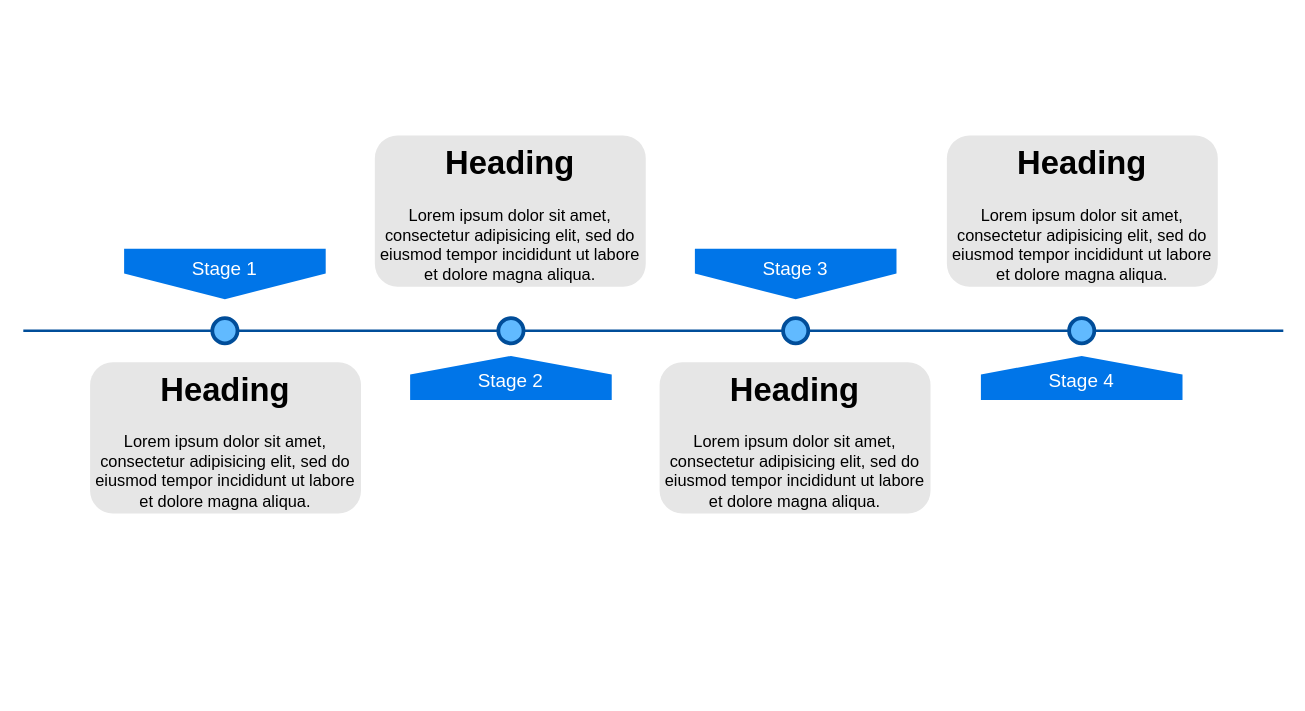
Above: Untitled Diagram.drawio in cargo-dme/product (draw.io), before the change. Source tidied: cells renumbered, new cells numbered last; positions are measured from the earlier drawing's top-left corner, leaving out a move shared by most shapes. Both pictures are drawn from the tidied source at 126%, with x=0, y=0 at pixel (23, 135).
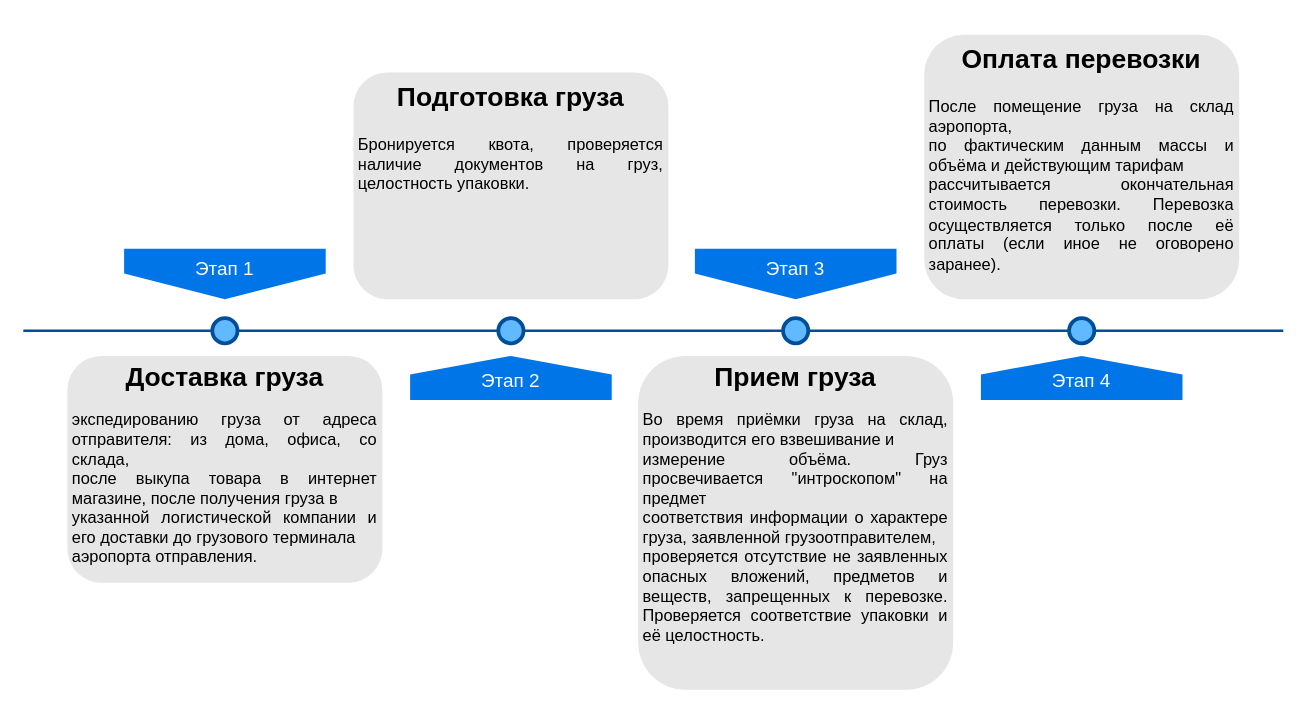
The same diagram, later.

Diff of the diagram source:
```diff
@@
 <mxGraphModel>
   <root>
     <mxCell id="0" />
     <mxCell id="1" parent="0" />
     <mxCell id="2" style="line;strokeWidth=2;html=1;fillColor=none;fontSize=28;fontColor=#004D99;strokeColor=#004D99;" parent="1" vertex="1">
       <mxGeometry y="150" width="1000" height="10" as="geometry" />
     </mxCell>
-    <mxCell id="3" value="Stage 1" style="shape=offPageConnector;whiteSpace=wrap;html=1;fillColor=#0075E8;fontSize=15;fontColor=#FFFFFF;size=0.5093750000000015;verticalAlign=top;strokeColor=none;" parent="1" vertex="1">
+    <mxCell id="3" value="Этап 1" style="shape=offPageConnector;whiteSpace=wrap;html=1;fillColor=#0075E8;fontSize=15;fontColor=#FFFFFF;size=0.5093750000000015;verticalAlign=top;strokeColor=none;" parent="1" vertex="1">
       <mxGeometry x="80" y="90" width="160" height="40" as="geometry" />
     </mxCell>
-    <mxCell id="4" value="&lt;span&gt;Stage 3&lt;/span&gt;" style="shape=offPageConnector;whiteSpace=wrap;html=1;fillColor=#0075E8;fontSize=15;fontColor=#FFFFFF;size=0.5093750000000015;verticalAlign=top;strokeColor=none;" parent="1" vertex="1">
+    <mxCell id="4" value="&lt;span&gt;Этап 3&lt;/span&gt;" style="shape=offPageConnector;whiteSpace=wrap;html=1;fillColor=#0075E8;fontSize=15;fontColor=#FFFFFF;size=0.5093750000000015;verticalAlign=top;strokeColor=none;" parent="1" vertex="1">
       <mxGeometry x="533" y="90" width="160" height="40" as="geometry" />
     </mxCell>
-    <mxCell id="5" value="&lt;span&gt;Stage 2&lt;/span&gt;" style="shape=offPageConnector;whiteSpace=wrap;html=1;fillColor=#0075E8;fontSize=15;fontColor=#FFFFFF;size=0.4178571428571445;flipV=1;verticalAlign=bottom;strokeColor=none;spacingBottom=4;" parent="1" vertex="1">
+    <mxCell id="5" value="&lt;span&gt;Этап 2&lt;/span&gt;" style="shape=offPageConnector;whiteSpace=wrap;html=1;fillColor=#0075E8;fontSize=15;fontColor=#FFFFFF;size=0.4178571428571445;flipV=1;verticalAlign=bottom;strokeColor=none;spacingBottom=4;" parent="1" vertex="1">
       <mxGeometry x="307" y="175" width="160" height="35" as="geometry" />
     </mxCell>
-    <mxCell id="6" value="&lt;span&gt;Stage 4&lt;/span&gt;" style="shape=offPageConnector;whiteSpace=wrap;html=1;fillColor=#0075E8;fontSize=15;fontColor=#FFFFFF;size=0.4178571428571445;flipV=1;verticalAlign=bottom;strokeColor=none;spacingBottom=4;" parent="1" vertex="1">
+    <mxCell id="6" value="Этап 4" style="shape=offPageConnector;whiteSpace=wrap;html=1;fillColor=#0075E8;fontSize=15;fontColor=#FFFFFF;size=0.4178571428571445;flipV=1;verticalAlign=bottom;strokeColor=none;spacingBottom=4;" parent="1" vertex="1">
       <mxGeometry x="760" y="175" width="160" height="35" as="geometry" />
     </mxCell>
     <mxCell id="7" style="ellipse;whiteSpace=wrap;html=1;fillColor=#61BAFF;fontSize=28;fontColor=#004D99;strokeWidth=3;strokeColor=#004D99;" parent="1" vertex="1">
       <mxGeometry x="150" y="145" width="20" height="20" as="geometry" />
     </mxCell>
     <mxCell id="8" style="ellipse;whiteSpace=wrap;html=1;fillColor=#61BAFF;fontSize=28;fontColor=#004D99;strokeWidth=3;strokeColor=#004D99;" parent="1" vertex="1">
       <mxGeometry x="377" y="145" width="20" height="20" as="geometry" />
     </mxCell>
     <mxCell id="9" style="ellipse;whiteSpace=wrap;html=1;fillColor=#61BAFF;fontSize=28;fontColor=#004D99;strokeWidth=3;strokeColor=#004D99;" parent="1" vertex="1">
       <mxGeometry x="603" y="145" width="20" height="20" as="geometry" />
     </mxCell>
     <mxCell id="10" style="ellipse;whiteSpace=wrap;html=1;fillColor=#61BAFF;fontSize=28;fontColor=#004D99;strokeWidth=3;strokeColor=#004D99;" parent="1" vertex="1">
       <mxGeometry x="830" y="145" width="20" height="20" as="geometry" />
     </mxCell>
-    <mxCell id="11" value="&lt;h1&gt;Heading&lt;/h1&gt;&lt;p&gt;Lorem ipsum dolor sit amet, consectetur adipisicing elit, sed do eiusmod tempor incididunt ut labore et dolore magna aliqua.&lt;/p&gt;" style="text;html=1;spacing=5;spacingTop=-20;whiteSpace=wrap;overflow=hidden;strokeColor=none;strokeWidth=3;fillColor=#E6E6E6;fontSize=13;fontColor=#000000;align=center;rounded=1;" parent="1" vertex="1">
-      <mxGeometry x="53" y="180" width="215" height="120" as="geometry" />
+    <mxCell id="11" value="&lt;h1 style=&quot;font-size: 21px&quot;&gt;&lt;font style=&quot;font-size: 21px&quot;&gt;&lt;font style=&quot;font-size: 21px&quot;&gt;Доставка&lt;/font&gt; груза&lt;/font&gt;&lt;br&gt;&lt;/h1&gt;&lt;p align=&quot;justify&quot;&gt;экспедированию груза от адреса отправителя: из дома, офиса, со склада, &lt;br&gt;после выкупа товара в интернет магазине, после получения груза в &lt;br&gt;указанной логистической компании и его доставки до грузового терминала &lt;br&gt;аэропорта отправления.&lt;/p&gt;" style="text;html=1;spacing=5;spacingTop=-20;whiteSpace=wrap;overflow=hidden;strokeColor=none;strokeWidth=3;fillColor=#E6E6E6;fontSize=13;fontColor=#000000;align=center;rounded=1;imageHeight=24;" parent="1" vertex="1">
+      <mxGeometry x="35" y="175" width="250" height="180" as="geometry" />
     </mxCell>
-    <mxCell id="12" value="&lt;h1&gt;Heading&lt;/h1&gt;&lt;p&gt;Lorem ipsum dolor sit amet, consectetur adipisicing elit, sed do eiusmod tempor incididunt ut labore et dolore magna aliqua.&lt;/p&gt;" style="text;html=1;spacing=5;spacingTop=-20;whiteSpace=wrap;overflow=hidden;strokeColor=none;strokeWidth=3;fillColor=#E6E6E6;fontSize=13;fontColor=#000000;align=center;rounded=1;" parent="1" vertex="1">
-      <mxGeometry x="279" width="215" height="120" as="geometry" />
+    <mxCell id="12" value="&lt;h2 class=&quot;js-quickedit-page-title title text-align-justify&quot; style=&quot;font-size: 21px&quot; align=&quot;center&quot;&gt;Подготовка груза&lt;/h2&gt;&lt;div align=&quot;justify&quot;&gt;Бронируется квота, проверяется наличие документов на груз, целостность упаковки.&lt;br&gt;&lt;/div&gt;" style="text;html=1;spacing=5;spacingTop=-20;whiteSpace=wrap;overflow=hidden;strokeColor=none;strokeWidth=3;fillColor=#E6E6E6;fontSize=13;fontColor=#000000;align=center;rounded=1;" parent="1" vertex="1">
+      <mxGeometry x="262" y="-50" width="250" height="180" as="geometry" />
     </mxCell>
-    <mxCell id="13" value="&lt;h1&gt;Heading&lt;/h1&gt;&lt;p&gt;Lorem ipsum dolor sit amet, consectetur adipisicing elit, sed do eiusmod tempor incididunt ut labore et dolore magna aliqua.&lt;/p&gt;" style="text;html=1;spacing=5;spacingTop=-20;whiteSpace=wrap;overflow=hidden;strokeColor=none;strokeWidth=3;fillColor=#E6E6E6;fontSize=13;fontColor=#000000;align=center;rounded=1;" parent="1" vertex="1">
-      <mxGeometry x="505" y="180" width="215" height="120" as="geometry" />
+    <mxCell id="13" value="&lt;h1 style=&quot;font-size: 21px&quot;&gt;Прием груза&lt;br&gt;&lt;/h1&gt;&lt;p align=&quot;justify&quot;&gt;Во время приёмки груза на склад, производится его взвешивание и &lt;br&gt;измерение объёма. Груз просвечивается &quot;интроскопом&quot; на предмет &lt;br&gt;соответствия информации о характере груза, заявленной грузоотправителем,&lt;br&gt; проверяется отсутствие &lt;span class=&quot;extended-text__short&quot;&gt;не заявленных &lt;/span&gt;опасных вложений, предметов и веществ, запрещенных к перевозке. Проверяется соответствие упаковки и её целостность.&lt;/p&gt;" style="text;html=1;spacing=5;spacingTop=-20;whiteSpace=wrap;overflow=hidden;strokeColor=none;strokeWidth=3;fillColor=#E6E6E6;fontSize=13;fontColor=#000000;align=center;rounded=1;" parent="1" vertex="1">
+      <mxGeometry x="488" y="175" width="250" height="265" as="geometry" />
     </mxCell>
-    <mxCell id="14" value="&lt;h1&gt;Heading&lt;/h1&gt;&lt;p&gt;Lorem ipsum dolor sit amet, consectetur adipisicing elit, sed do eiusmod tempor incididunt ut labore et dolore magna aliqua.&lt;/p&gt;" style="text;html=1;spacing=5;spacingTop=-20;whiteSpace=wrap;overflow=hidden;strokeColor=none;strokeWidth=3;fillColor=#E6E6E6;fontSize=13;fontColor=#000000;align=center;rounded=1;" parent="1" vertex="1">
-      <mxGeometry x="733" width="215" height="120" as="geometry" />
+    <mxCell id="14" value="&lt;h2 class=&quot;text-align-justify&quot; style=&quot;font-size: 21px&quot;&gt;Оплата перевозки&lt;/h2&gt;&lt;p class=&quot;text-align-justify&quot; align=&quot;justify&quot;&gt;После помещение груза на склад аэропорта, &lt;br&gt;по фактическим данным массы и объёма и действующим тарифам &lt;br&gt;рассчитывается окончательная стоимость перевозки. Перевозка осуществляется только после её оплаты (если иное не оговорено заранее).&lt;/p&gt;" style="text;html=1;spacing=5;spacingTop=-20;whiteSpace=wrap;overflow=hidden;strokeColor=none;strokeWidth=3;fillColor=#E6E6E6;fontSize=13;fontColor=#000000;align=center;rounded=1;" parent="1" vertex="1">
+      <mxGeometry x="715" y="-80" width="250" height="210" as="geometry" />
     </mxCell>
   </root>
 </mxGraphModel>
```
